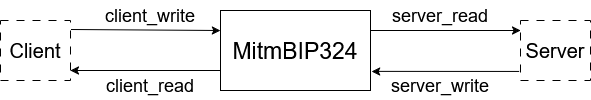
The draw.io diagram doc/images/bip324mitm_api.png in RazorBest/bip324-mitm, before a commit. Source tidied: cells renumbered, new cells last; positions are measured from the earlier drawing's top-left corner, leaving out a move shared by most shapes.
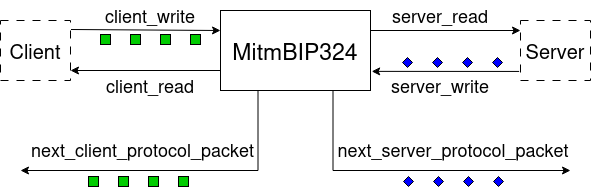
Later version of the same file.

Commit message:
doc: update main API diagram

Change to the diagram source:
```diff
@@ -2,7 +2,7 @@
   <root>
     <mxCell id="0" />
     <mxCell id="1" parent="0" />
-    <mxCell id="2" style="edgeStyle=orthogonalEdgeStyle;rounded=0;jettySize=auto;html=1;exitX=0;exitY=0.75;exitDx=0;exitDy=0;" parent="1" edge="1" source="3">
+    <mxCell id="2" style="edgeStyle=orthogonalEdgeStyle;rounded=0;jettySize=auto;html=1;exitX=0;exitY=0.75;exitDx=0;exitDy=0;" parent="1" edge="1" source="5">
       <mxGeometry relative="1" as="geometry">
         <mxPoint x="70" y="70" as="targetPoint" />
         <Array as="points">
@@ -10,37 +10,107 @@
         </Array>
       </mxGeometry>
     </mxCell>
-    <mxCell id="3" value="&lt;font style=&quot;font-size: 23px;&quot;&gt;MitmBIP324&lt;/font&gt;" style="rounded=0;whiteSpace=wrap;html=1;" parent="1" vertex="1">
-      <mxGeometry x="220" y="10" width="150" height="80" as="geometry" />
+    <mxCell id="3" style="edgeStyle=orthogonalEdgeStyle;rounded=0;jettySize=auto;html=1;exitX=0.25;exitY=1;exitDx=0;exitDy=0;" parent="1" edge="1" source="5">
+      <mxGeometry relative="1" as="geometry">
+        <mxPoint x="20" y="170" as="targetPoint" />
+        <Array as="points">
+          <mxPoint x="258" y="170" />
+        </Array>
+      </mxGeometry>
     </mxCell>
-    <mxCell id="4" style="endArrow=classic;html=1;rounded=0;entryX=0;entryY=0.25;entryDx=0;entryDy=0;exitX=1.007;exitY=0.15;exitDx=0;exitDy=0;exitPerimeter=0;" parent="1" edge="1" source="9" target="3">
-      <mxGeometry relative="1" as="geometry" />
+    <mxCell id="4" style="edgeStyle=orthogonalEdgeStyle;rounded=0;jettySize=auto;html=1;exitX=0.75;exitY=1;exitDx=0;exitDy=0;" parent="1" edge="1" source="5">
+      <mxGeometry relative="1" as="geometry">
+        <mxPoint x="570" y="170" as="targetPoint" />
+        <Array as="points">
+          <mxPoint x="333" y="170" />
+        </Array>
+      </mxGeometry>
     </mxCell>
-    <mxCell id="5" value="&lt;font style=&quot;font-size: 18px;&quot;&gt;client_write&lt;/font&gt;" style="text;html=1;whiteSpace=wrap;strokeColor=none;fillColor=none;align=center;verticalAlign=middle;rounded=0;" parent="1" vertex="1">
-      <mxGeometry x="120" width="60" height="30" as="geometry" />
+    <mxCell id="5" value="&lt;font style=&quot;font-size: 23px;&quot;&gt;MitmBIP324&lt;/font&gt;" style="rounded=0;whiteSpace=wrap;html=1;" parent="1" vertex="1">
+      <mxGeometry x="220" y="10" width="150" height="80" as="geometry" />
     </mxCell>
-    <mxCell id="6" value="&lt;font style=&quot;font-size: 18px;&quot;&gt;client_read&lt;/font&gt;" style="text;html=1;whiteSpace=wrap;strokeColor=none;fillColor=none;align=center;verticalAlign=middle;rounded=0;" parent="1" vertex="1">
-      <mxGeometry x="120" y="70" width="60" height="30" as="geometry" />
+    <mxCell id="6" style="endArrow=classic;html=1;rounded=0;entryX=0;entryY=0.25;entryDx=0;entryDy=0;exitX=1.007;exitY=0.15;exitDx=0;exitDy=0;exitPerimeter=0;" parent="1" edge="1" source="11" target="5">
+      <mxGeometry relative="1" as="geometry" />
     </mxCell>
-    <mxCell id="7" value="&lt;font style=&quot;font-size: 18px;&quot;&gt;server_read&lt;/font&gt;" style="text;html=1;whiteSpace=wrap;strokeColor=none;fillColor=none;align=center;verticalAlign=middle;rounded=0;" parent="1" vertex="1">
-      <mxGeometry x="405" width="70" height="30" as="geometry" />
+    <mxCell id="7" value="&lt;font style=&quot;font-size: 18px;&quot;&gt;client_write&lt;/font&gt;" style="text;html=1;whiteSpace=wrap;strokeColor=none;fillColor=none;align=center;verticalAlign=middle;rounded=0;" parent="1" vertex="1">
+      <mxGeometry x="120" width="60" height="30" as="geometry" />
     </mxCell>
-    <mxCell id="8" value="&lt;font style=&quot;font-size: 18px;&quot;&gt;server_write&lt;/font&gt;" style="text;html=1;whiteSpace=wrap;strokeColor=none;fillColor=none;align=center;verticalAlign=middle;rounded=0;" parent="1" vertex="1">
-      <mxGeometry x="410" y="70" width="60" height="30" as="geometry" />
+    <mxCell id="8" value="&lt;font style=&quot;font-size: 18px;&quot;&gt;client_read&lt;/font&gt;" style="text;html=1;whiteSpace=wrap;strokeColor=none;fillColor=none;align=center;verticalAlign=middle;rounded=0;" parent="1" vertex="1">
+      <mxGeometry x="120" y="70" width="60" height="30" as="geometry" />
     </mxCell>
-    <mxCell id="9" value="&lt;font style=&quot;font-size: 20px;&quot;&gt;Client&lt;/font&gt;" style="rounded=0;whiteSpace=wrap;html=1;dashed=1;dashPattern=8 8;" parent="1" vertex="1">
-      <mxGeometry y="20" width="70" height="60" as="geometry" />
+    <mxCell id="9" value="&lt;font style=&quot;font-size: 18px;&quot;&gt;server_read&lt;/font&gt;" style="text;html=1;whiteSpace=wrap;strokeColor=none;fillColor=none;align=center;verticalAlign=middle;rounded=0;" parent="1" vertex="1">
+      <mxGeometry x="405" width="70" height="30" as="geometry" />
     </mxCell>
-    <mxCell id="10" style="edgeStyle=orthogonalEdgeStyle;rounded=0;jettySize=auto;html=1;exitX=-0.019;exitY=0.849;exitDx=0;exitDy=0;exitPerimeter=0;entryX=1.008;entryY=0.761;entryDx=0;entryDy=0;entryPerimeter=0;" parent="1" edge="1" source="11" target="3">
-      <mxGeometry relative="1" as="geometry" />
+    <mxCell id="10" value="&lt;font style=&quot;font-size: 18px;&quot;&gt;server_write&lt;/font&gt;" style="text;html=1;whiteSpace=wrap;strokeColor=none;fillColor=none;align=center;verticalAlign=middle;rounded=0;" parent="1" vertex="1">
+      <mxGeometry x="410" y="70" width="60" height="30" as="geometry" />
     </mxCell>
-    <mxCell id="11" value="&lt;font style=&quot;font-size: 20px;&quot;&gt;Server&lt;/font&gt;" style="rounded=0;whiteSpace=wrap;html=1;dashed=1;dashPattern=8 8;" parent="1" vertex="1">
-      <mxGeometry x="520" y="20" width="70" height="60" as="geometry" />
+    <mxCell id="11" value="&lt;font style=&quot;font-size: 20px;&quot;&gt;Client&lt;/font&gt;" style="rounded=0;whiteSpace=wrap;html=1;dashed=1;dashPattern=8 8;" parent="1" vertex="1">
+      <mxGeometry y="20" width="70" height="60" as="geometry" />
     </mxCell>
-    <mxCell id="12" style="endArrow=classic;html=1;rounded=0;exitX=1;exitY=0.25;exitDx=0;exitDy=0;" parent="1" edge="1" source="3">
-      <mxGeometry relative="1" as="geometry">
-        <mxPoint x="520" y="30" as="targetPoint" />
-      </mxGeometry>
+    <mxCell id="12" style="edgeStyle=orthogonalEdgeStyle;rounded=0;jettySize=auto;html=1;exitX=-0.019;exitY=0.849;exitDx=0;exitDy=0;exitPerimeter=0;entryX=1.008;entryY=0.761;entryDx=0;entryDy=0;entryPerimeter=0;" parent="1" edge="1" source="13" target="5">
+      <mxGeometry relative="1" as="geometry" />
     </mxCell>
+    <mxCell id="13" value="&lt;font style=&quot;font-size: 20px;&quot;&gt;Server&lt;/font&gt;" style="rounded=0;whiteSpace=wrap;html=1;dashed=1;dashPattern=8 8;" parent="1" vertex="1">
+      <mxGeometry x="520" y="20" width="70" height="60" as="geometry" />
+    </mxCell>
+    <mxCell id="14" style="endArrow=classic;html=1;rounded=0;exitX=1;exitY=0.25;exitDx=0;exitDy=0;" parent="1" edge="1" source="5">
+      <mxGeometry relative="1" as="geometry">
+        <mxPoint x="520" y="30" as="targetPoint" />
+      </mxGeometry>
+    </mxCell>
+    <mxCell id="15" style="rounded=0;whiteSpace=wrap;html=1;fillColor=#00CC00;" parent="1" vertex="1">
+      <mxGeometry x="100" y="34" width="10" height="10" as="geometry" />
+    </mxCell>
+    <mxCell id="16" style="rounded=0;whiteSpace=wrap;html=1;fillColor=#00CC00;" parent="1" vertex="1">
+      <mxGeometry x="130" y="34" width="10" height="10" as="geometry" />
+    </mxCell>
+    <mxCell id="17" style="rounded=0;whiteSpace=wrap;html=1;fillColor=#00CC00;" parent="1" vertex="1">
+      <mxGeometry x="160" y="34" width="10" height="10" as="geometry" />
+    </mxCell>
+    <mxCell id="18" style="rounded=0;whiteSpace=wrap;html=1;fillColor=#00CC00;" parent="1" vertex="1">
+      <mxGeometry x="190" y="34" width="10" height="10" as="geometry" />
+    </mxCell>
+    <mxCell id="19" style="rhombus;whiteSpace=wrap;html=1;fillColor=#0000FF;" parent="1" vertex="1">
+      <mxGeometry x="432" y="57" width="10" height="10" as="geometry" />
+    </mxCell>
+    <mxCell id="20" style="rhombus;whiteSpace=wrap;html=1;fillColor=#0000FF;" parent="1" vertex="1">
+      <mxGeometry x="462" y="57" width="10" height="10" as="geometry" />
+    </mxCell>
+    <mxCell id="21" style="rhombus;whiteSpace=wrap;html=1;fillColor=#0000FF;" parent="1" vertex="1">
+      <mxGeometry x="492" y="57" width="10" height="10" as="geometry" />
+    </mxCell>
+    <mxCell id="22" style="rhombus;whiteSpace=wrap;html=1;fillColor=#0000FF;" parent="1" vertex="1">
+      <mxGeometry x="402" y="57" width="10" height="10" as="geometry" />
+    </mxCell>
+    <mxCell id="23" value="&lt;font style=&quot;font-size: 18px;&quot;&gt;next_client_protocol_packet&lt;/font&gt;" style="text;html=1;whiteSpace=wrap;strokeColor=none;fillColor=none;align=center;verticalAlign=middle;rounded=0;" parent="1" vertex="1">
+      <mxGeometry x="27" y="134" width="231" height="30" as="geometry" />
+    </mxCell>
+    <mxCell id="24" style="rounded=0;whiteSpace=wrap;html=1;fillColor=#00CC00;" parent="1" vertex="1">
+      <mxGeometry x="88" y="176" width="10" height="10" as="geometry" />
+    </mxCell>
+    <mxCell id="25" style="rounded=0;whiteSpace=wrap;html=1;fillColor=#00CC00;" parent="1" vertex="1">
+      <mxGeometry x="118" y="176" width="10" height="10" as="geometry" />
+    </mxCell>
+    <mxCell id="26" style="rounded=0;whiteSpace=wrap;html=1;fillColor=#00CC00;" parent="1" vertex="1">
+      <mxGeometry x="148" y="176" width="10" height="10" as="geometry" />
+    </mxCell>
+    <mxCell id="27" style="rounded=0;whiteSpace=wrap;html=1;fillColor=#00CC00;" parent="1" vertex="1">
+      <mxGeometry x="178" y="176" width="10" height="10" as="geometry" />
+    </mxCell>
+    <mxCell id="28" value="&lt;font style=&quot;font-size: 18px;&quot;&gt;next_server_protocol_packet&lt;/font&gt;" style="text;html=1;whiteSpace=wrap;strokeColor=none;fillColor=none;align=center;verticalAlign=middle;rounded=0;" parent="1" vertex="1">
+      <mxGeometry x="333" y="134" width="240" height="30" as="geometry" />
+    </mxCell>
+    <mxCell id="29" style="rhombus;whiteSpace=wrap;html=1;fillColor=#0000FF;" parent="1" vertex="1">
+      <mxGeometry x="433" y="176" width="10" height="10" as="geometry" />
+    </mxCell>
+    <mxCell id="30" style="rhombus;whiteSpace=wrap;html=1;fillColor=#0000FF;" parent="1" vertex="1">
+      <mxGeometry x="463" y="176" width="10" height="10" as="geometry" />
+    </mxCell>
+    <mxCell id="31" style="rhombus;whiteSpace=wrap;html=1;fillColor=#0000FF;" parent="1" vertex="1">
+      <mxGeometry x="493" y="176" width="10" height="10" as="geometry" />
+    </mxCell>
+    <mxCell id="32" style="rhombus;whiteSpace=wrap;html=1;fillColor=#0000FF;" parent="1" vertex="1">
+      <mxGeometry x="403" y="176" width="10" height="10" as="geometry" />
+    </mxCell>
   </root>
 </mxGraphModel>
```
